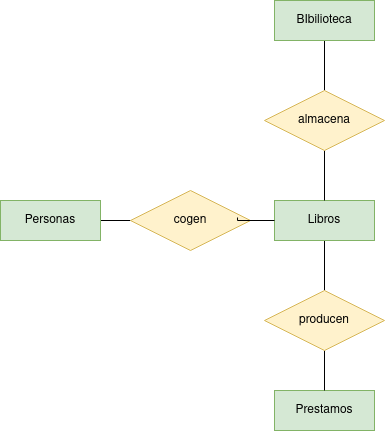
Earlier version of the draw.io export Unidad-1/Tareas/Tarea-7/tarea7.drawio.png (jdrguez/2-Daw). Source tidied: cells renumbered, new cells last; positions are measured from the earlier drawing's top-left corner, leaving out a move shared by most shapes. Its diagram source:
```xml
<mxGraphModel>
  <root>
    <mxCell id="0" />
    <mxCell id="1" parent="0" />
    <mxCell id="2" style="edgeStyle=orthogonalEdgeStyle;rounded=0;jettySize=auto;html=1;exitX=0.5;exitY=1;exitDx=0;exitDy=0;endArrow=none;endFill=0;" parent="1" edge="1" source="3" target="13">
      <mxGeometry relative="1" as="geometry" />
    </mxCell>
    <mxCell id="3" value="Libros" style="whiteSpace=wrap;html=1;align=center;fillColor=#d5e8d4;strokeColor=#82b366;" parent="1" vertex="1">
      <mxGeometry x="274" y="200" width="100" height="40" as="geometry" />
    </mxCell>
    <mxCell id="4" style="edgeStyle=orthogonalEdgeStyle;rounded=0;jettySize=auto;html=1;exitX=1;exitY=0.5;exitDx=0;exitDy=0;entryX=0;entryY=0.5;entryDx=0;entryDy=0;endArrow=none;endFill=0;" parent="1" edge="1" source="5" target="9">
      <mxGeometry relative="1" as="geometry" />
    </mxCell>
    <mxCell id="5" value="Personas" style="whiteSpace=wrap;html=1;align=center;fillColor=#d5e8d4;strokeColor=#82b366;" parent="1" vertex="1">
      <mxGeometry y="200" width="100" height="40" as="geometry" />
    </mxCell>
    <mxCell id="6" style="edgeStyle=orthogonalEdgeStyle;rounded=0;jettySize=auto;html=1;exitX=0.5;exitY=1;exitDx=0;exitDy=0;endArrow=none;endFill=0;" parent="1" edge="1" source="7" target="11">
      <mxGeometry relative="1" as="geometry" />
    </mxCell>
    <mxCell id="7" value="BIbilioteca" style="whiteSpace=wrap;html=1;align=center;fillColor=#d5e8d4;strokeColor=#82b366;" parent="1" vertex="1">
      <mxGeometry x="274" width="100" height="40" as="geometry" />
    </mxCell>
    <mxCell id="8" value="Prestamos" style="whiteSpace=wrap;html=1;align=center;fillColor=#d5e8d4;strokeColor=#82b366;" parent="1" vertex="1">
      <mxGeometry x="274" y="390" width="100" height="40" as="geometry" />
    </mxCell>
    <mxCell id="9" value="cogen" style="shape=rhombus;perimeter=rhombusPerimeter;whiteSpace=wrap;html=1;align=center;fillColor=#fff2cc;strokeColor=#d6b656;" parent="1" vertex="1">
      <mxGeometry x="130" y="190" width="120" height="60" as="geometry" />
    </mxCell>
    <mxCell id="10" style="edgeStyle=orthogonalEdgeStyle;rounded=0;jettySize=auto;html=1;exitX=0.5;exitY=1;exitDx=0;exitDy=0;endArrow=none;endFill=0;" parent="1" edge="1" source="11" target="3">
      <mxGeometry relative="1" as="geometry" />
    </mxCell>
    <mxCell id="11" value="almacena" style="shape=rhombus;perimeter=rhombusPerimeter;whiteSpace=wrap;html=1;align=center;fillColor=#fff2cc;strokeColor=#d6b656;" parent="1" vertex="1">
      <mxGeometry x="264" y="90" width="120" height="60" as="geometry" />
    </mxCell>
    <mxCell id="12" style="edgeStyle=orthogonalEdgeStyle;rounded=0;jettySize=auto;html=1;exitX=0.5;exitY=1;exitDx=0;exitDy=0;endArrow=none;endFill=0;" parent="1" edge="1" source="13" target="8">
      <mxGeometry relative="1" as="geometry" />
    </mxCell>
    <mxCell id="13" value="producen" style="shape=rhombus;perimeter=rhombusPerimeter;whiteSpace=wrap;html=1;align=center;fillColor=#fff2cc;strokeColor=#d6b656;" parent="1" vertex="1">
      <mxGeometry x="264" y="290" width="120" height="60" as="geometry" />
    </mxCell>
    <mxCell id="14" style="edgeStyle=orthogonalEdgeStyle;rounded=0;jettySize=auto;html=1;exitX=0;exitY=0.5;exitDx=0;exitDy=0;entryX=0.892;entryY=0.45;entryDx=0;entryDy=0;entryPerimeter=0;endArrow=none;endFill=0;" parent="1" edge="1" source="3" target="9">
      <mxGeometry relative="1" as="geometry" />
    </mxCell>
  </root>
</mxGraphModel>
```
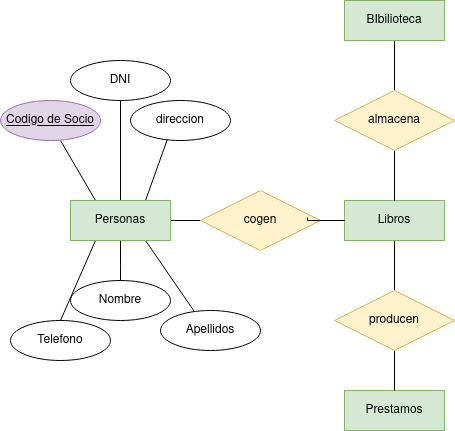
After the change.

What changed in the source:
```diff
@@ -11,6 +11,36 @@
     <mxCell id="4" style="edgeStyle=orthogonalEdgeStyle;rounded=0;jettySize=auto;html=1;exitX=1;exitY=0.5;exitDx=0;exitDy=0;entryX=0;entryY=0.5;entryDx=0;entryDy=0;endArrow=none;endFill=0;" parent="1" edge="1" source="5" target="9">
       <mxGeometry relative="1" as="geometry" />
     </mxCell>
+    <mxCell id="15" style="rounded=0;jettySize=auto;html=1;exitX=0.25;exitY=0;exitDx=0;exitDy=0;endArrow=none;endFill=0;" parent="1" edge="1" source="5">
+      <mxGeometry relative="1" as="geometry">
+        <mxPoint x="-10" y="140" as="targetPoint" />
+      </mxGeometry>
+    </mxCell>
+    <mxCell id="16" style="edgeStyle=orthogonalEdgeStyle;rounded=0;jettySize=auto;html=1;exitX=0.5;exitY=0;exitDx=0;exitDy=0;endArrow=none;endFill=0;" parent="1" edge="1" source="5">
+      <mxGeometry relative="1" as="geometry">
+        <mxPoint x="50" y="90" as="targetPoint" />
+      </mxGeometry>
+    </mxCell>
+    <mxCell id="17" style="rounded=0;jettySize=auto;html=1;exitX=0.75;exitY=0;exitDx=0;exitDy=0;endArrow=none;endFill=0;" parent="1" edge="1" source="5">
+      <mxGeometry relative="1" as="geometry">
+        <mxPoint x="100" y="130" as="targetPoint" />
+      </mxGeometry>
+    </mxCell>
+    <mxCell id="18" style="rounded=0;jettySize=auto;html=1;exitX=0.25;exitY=1;exitDx=0;exitDy=0;endArrow=none;endFill=0;" parent="1" edge="1" source="5">
+      <mxGeometry relative="1" as="geometry">
+        <mxPoint x="-10" y="320" as="targetPoint" />
+      </mxGeometry>
+    </mxCell>
+    <mxCell id="19" style="edgeStyle=orthogonalEdgeStyle;rounded=0;jettySize=auto;html=1;exitX=0.5;exitY=1;exitDx=0;exitDy=0;endArrow=none;endFill=0;" parent="1" edge="1" source="5">
+      <mxGeometry relative="1" as="geometry">
+        <mxPoint x="50" y="290" as="targetPoint" />
+      </mxGeometry>
+    </mxCell>
+    <mxCell id="20" style="rounded=0;jettySize=auto;html=1;exitX=0.75;exitY=1;exitDx=0;exitDy=0;endArrow=none;endFill=0;" parent="1" edge="1" source="5">
+      <mxGeometry relative="1" as="geometry">
+        <mxPoint x="130" y="320" as="targetPoint" />
+      </mxGeometry>
+    </mxCell>
     <mxCell id="5" value="Personas" style="whiteSpace=wrap;html=1;align=center;fillColor=#d5e8d4;strokeColor=#82b366;" parent="1" vertex="1">
       <mxGeometry y="200" width="100" height="40" as="geometry" />
     </mxCell>
@@ -41,5 +71,23 @@
     <mxCell id="14" style="edgeStyle=orthogonalEdgeStyle;rounded=0;jettySize=auto;html=1;exitX=0;exitY=0.5;exitDx=0;exitDy=0;entryX=0.892;entryY=0.45;entryDx=0;entryDy=0;entryPerimeter=0;endArrow=none;endFill=0;" parent="1" edge="1" source="3" target="9">
       <mxGeometry relative="1" as="geometry" />
     </mxCell>
+    <mxCell id="21" value="&lt;u&gt;Codigo de Socio&lt;/u&gt;" style="ellipse;whiteSpace=wrap;html=1;align=center;fillColor=#e1d5e7;strokeColor=#9673a6;" parent="1" vertex="1">
+      <mxGeometry x="-70" y="100" width="100" height="40" as="geometry" />
+    </mxCell>
+    <mxCell id="22" value="DNI" style="ellipse;whiteSpace=wrap;html=1;align=center;" parent="1" vertex="1">
+      <mxGeometry y="60" width="100" height="40" as="geometry" />
+    </mxCell>
+    <mxCell id="23" value="direccion" style="ellipse;whiteSpace=wrap;html=1;align=center;" parent="1" vertex="1">
+      <mxGeometry x="60" y="100" width="100" height="40" as="geometry" />
+    </mxCell>
+    <mxCell id="24" value="Telefono" style="ellipse;whiteSpace=wrap;html=1;align=center;" parent="1" vertex="1">
+      <mxGeometry x="-60" y="320" width="100" height="40" as="geometry" />
+    </mxCell>
+    <mxCell id="25" value="Nombre" style="ellipse;whiteSpace=wrap;html=1;align=center;" parent="1" vertex="1">
+      <mxGeometry y="280" width="100" height="40" as="geometry" />
+    </mxCell>
+    <mxCell id="26" value="Apellidos" style="ellipse;whiteSpace=wrap;html=1;align=center;" parent="1" vertex="1">
+      <mxGeometry x="90" y="310" width="100" height="40" as="geometry" />
+    </mxCell>
   </root>
 </mxGraphModel>
```
